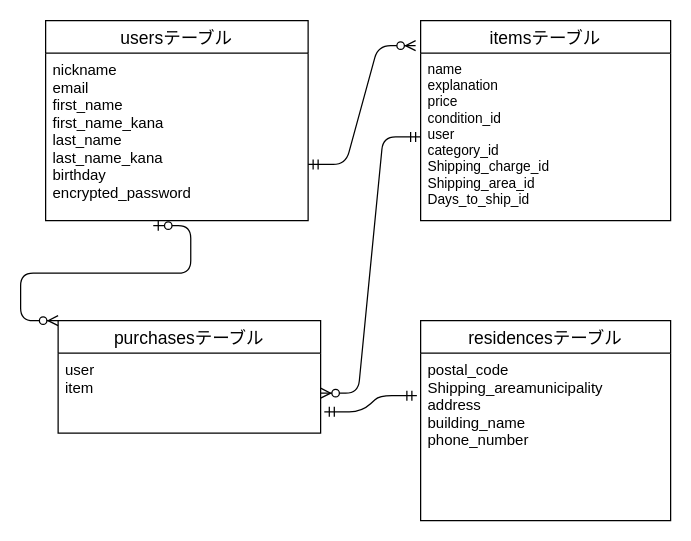
Earlier version of the draw.io diagram test.dio (taka0126ito/furima-36424). Source tidied: cells renumbered, new cells numbered last; positions are measured from the earlier drawing's top-left corner, leaving out a move shared by most shapes. Both pictures are drawn from the tidied source at 125%, with x=0, y=0 at pixel (45, 20).
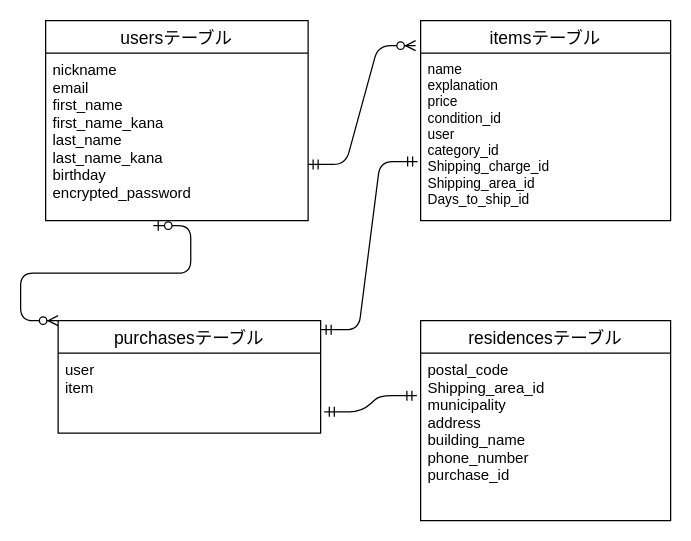
The same page after the edit.

Commit message (it also covers changes not shown here):
データベース修正

Diff of the diagram source:
```diff
@@
 <mxGraphModel>
   <root>
     <mxCell id="0" />
     <mxCell id="1" parent="0" />
     <mxCell id="2" value="usersテーブル" style="swimlane;fontStyle=0;horizontal=1;startSize=26;align=center;fontSize=14;" parent="1" vertex="1">
       <mxGeometry width="210" height="160" as="geometry" />
     </mxCell>
     <mxCell id="3" value="nickname&#10;email &#10;first_name&#10;first_name_kana&#10;last_name&#10;last_name_kana&#10;birthday&#10;encrypted_password&#10;&#10;&#10;" style="text;strokeColor=none;fillColor=none;spacingLeft=4;spacingRight=4;overflow=hidden;points=[[0,0.5],[1,0.5]];portConstraint=eastwest;fontSize=12;" parent="2" vertex="1">
       <mxGeometry y="26" width="210" height="134" as="geometry" />
     </mxCell>
     <mxCell id="4" value="purchasesテーブル" style="swimlane;fontStyle=0;horizontal=1;startSize=26;align=center;fontSize=14;" parent="1" vertex="1">
       <mxGeometry x="10" y="240" width="210" height="90" as="geometry" />
     </mxCell>
     <mxCell id="5" value="user&#10;item&#10;" style="text;strokeColor=none;fillColor=none;spacingLeft=4;spacingRight=4;overflow=hidden;points=[[0,0.5],[1,0.5]];portConstraint=eastwest;fontSize=12;" parent="4" vertex="1">
       <mxGeometry y="26" width="210" height="64" as="geometry" />
     </mxCell>
     <mxCell id="6" value="itemsテーブル" style="swimlane;fontStyle=0;horizontal=1;startSize=26;align=center;fontSize=14;" parent="1" vertex="1">
       <mxGeometry x="300" width="200" height="160" as="geometry" />
     </mxCell>
     <mxCell id="7" value="name&#10;explanation &#10;price&#10;condition_id&#10;user&#10;category_id&#10;Shipping_charge_id&#10;Shipping_area_id&#10;Days_to_ship_id&#10;" style="text;strokeColor=none;fillColor=none;spacingLeft=4;spacingRight=4;overflow=hidden;points=[[0,0.5],[1,0.5]];portConstraint=eastwest;fontSize=11;" parent="6" vertex="1">
       <mxGeometry y="26" width="200" height="134" as="geometry" />
     </mxCell>
     <mxCell id="8" value="residencesテーブル" style="swimlane;fontStyle=0;horizontal=1;startSize=26;align=center;fontSize=14;" parent="1" vertex="1">
       <mxGeometry x="300" y="240" width="200" height="160" as="geometry" />
     </mxCell>
-    <mxCell id="9" value="postal_code&#10;Shipping_areamunicipality &#10;address &#10;building_name &#10;phone_number &#10; &#10;" style="text;strokeColor=none;fillColor=none;spacingLeft=4;spacingRight=4;overflow=hidden;points=[[0,0.5],[1,0.5]];portConstraint=eastwest;fontSize=12;" parent="8" vertex="1">
+    <mxCell id="9" value="postal_code&#10;Shipping_area_id&#10;municipality &#10;address &#10;building_name &#10;phone_number&#10;purchase_id &#10; &#10;" style="text;strokeColor=none;fillColor=none;spacingLeft=4;spacingRight=4;overflow=hidden;points=[[0,0.5],[1,0.5]];portConstraint=eastwest;fontSize=12;" parent="8" vertex="1">
       <mxGeometry y="26" width="200" height="134" as="geometry" />
     </mxCell>
     <mxCell id="10" style="edgeStyle=entityRelationEdgeStyle;fontSize=12;html=1;endArrow=ERzeroToMany;startArrow=ERmandOne;" parent="1" edge="1">
       <mxGeometry relative="1" as="geometry">
         <mxPoint x="210" y="115" as="sourcePoint" />
         <mxPoint x="296" y="20" as="targetPoint" />
       </mxGeometry>
     </mxCell>
     <mxCell id="11" style="edgeStyle=entityRelationEdgeStyle;fontSize=12;html=1;endArrow=ERzeroToMany;startArrow=ERzeroToOne;exitX=0.41;exitY=1.03;exitDx=0;exitDy=0;exitPerimeter=0;" parent="1" edge="1" source="3">
       <mxGeometry relative="1" as="geometry">
         <mxPoint x="10" y="240" as="targetPoint" />
       </mxGeometry>
     </mxCell>
-    <mxCell id="12" style="edgeStyle=entityRelationEdgeStyle;fontSize=12;html=1;endArrow=ERzeroToMany;startArrow=ERmandOne;" parent="1" edge="1" source="7" target="5">
-      <mxGeometry relative="1" as="geometry" />
-    </mxCell>
     <mxCell id="13" style="edgeStyle=entityRelationEdgeStyle;fontSize=12;html=1;endArrow=ERmandOne;startArrow=ERmandOne;entryX=-0.015;entryY=0.254;entryDx=0;entryDy=0;entryPerimeter=0;exitX=1.014;exitY=0.734;exitDx=0;exitDy=0;exitPerimeter=0;" parent="1" edge="1" source="5" target="9">
       <mxGeometry relative="1" as="geometry" />
     </mxCell>
+    <mxCell id="14" style="edgeStyle=entityRelationEdgeStyle;fontSize=12;html=1;endArrow=ERmandOne;startArrow=ERmandOne;entryX=-0.012;entryY=0.647;entryDx=0;entryDy=0;entryPerimeter=0;exitX=1.002;exitY=0.081;exitDx=0;exitDy=0;exitPerimeter=0;" parent="1" edge="1" source="4" target="7">
+      <mxGeometry relative="1" as="geometry" />
+    </mxCell>
   </root>
 </mxGraphModel>
```
